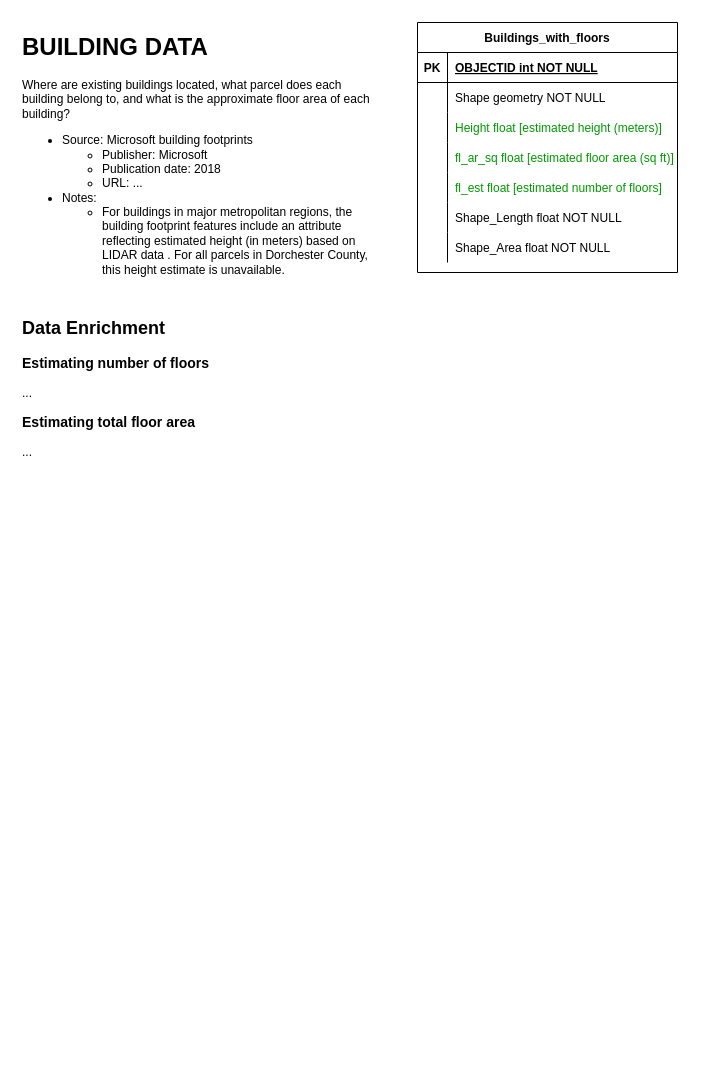
Before: page "buildings_with_floors" (2 of 9) of Untitled Diagram.drawio in renaissanceplanning/LCBRT_TOD, a draw.io diagram. Source tidied: cells renumbered, new cells numbered last; positions are measured from the earlier drawing's top-left corner, leaving out a move shared by most shapes. Both pictures are drawn from the tidied source at 100%, with x=0, y=0 at pixel (17, 22).
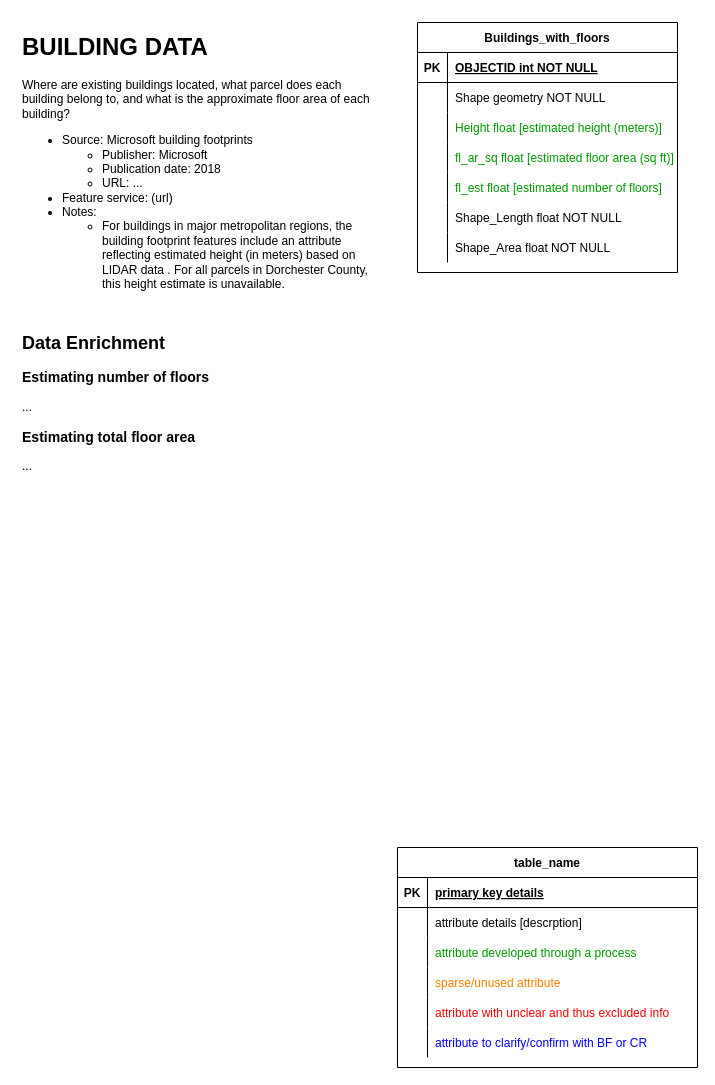
After the change.

Diff of the diagram source:
```diff
@@
-    <mxCell id="24" value="&lt;h1&gt;BUILDING DATA&lt;br&gt;&lt;/h1&gt;&lt;p&gt;Where are existing buildings located, what parcel does each building belong to, and what is the approximate floor area of each building?&lt;/p&gt;&lt;ul&gt;&lt;li&gt;Source: Microsoft building footprints&lt;/li&gt;&lt;ul&gt;&lt;li&gt;Publisher: Microsoft&lt;/li&gt;&lt;li&gt;Publication date: 2018&lt;/li&gt;&lt;li&gt;URL: ...&lt;/li&gt;&lt;/ul&gt;&lt;li&gt;Notes:&lt;/li&gt;&lt;ul&gt;&lt;li&gt;For buildings in major metropolitan regions, the building footprint features include an attribute reflecting estimated height (in meters) based on LIDAR data . For all parcels in Dorchester County, this height estimate is unavailable.&lt;/li&gt;&lt;/ul&gt;&lt;/ul&gt;&lt;div&gt;&lt;br&gt;&lt;/div&gt;&lt;div&gt;&lt;h2&gt;Data Enrichment&lt;/h2&gt;&lt;h3&gt;Estimating number of floors&lt;/h3&gt;&lt;div&gt;...&lt;br&gt;&lt;/div&gt;&lt;div&gt;&lt;h3&gt;Estimating total floor area&lt;/h3&gt;&lt;div&gt;...&lt;br&gt;&lt;/div&gt;&lt;/div&gt;&lt;/div&gt;" style="text;html=1;strokeColor=none;fillColor=none;spacing=5;spacingTop=-20;whiteSpace=wrap;overflow=hidden;rounded=0;labelBackgroundColor=#ffffff;fontColor=#000000;" parent="1" vertex="1">
+    <mxCell id="24" value="&lt;h1&gt;BUILDING DATA&lt;br&gt;&lt;/h1&gt;&lt;p&gt;Where are existing buildings located, what parcel does each building belong to, and what is the approximate floor area of each building?&lt;/p&gt;&lt;ul&gt;&lt;li&gt;Source: Microsoft building footprints&lt;/li&gt;&lt;ul&gt;&lt;li&gt;Publisher: Microsoft&lt;/li&gt;&lt;li&gt;Publication date: 2018&lt;/li&gt;&lt;li&gt;URL: ...&lt;/li&gt;&lt;/ul&gt;&lt;li&gt;Feature service: (url)&lt;br&gt;&lt;/li&gt;&lt;li&gt;Notes:&lt;/li&gt;&lt;ul&gt;&lt;li&gt;For buildings in major metropolitan regions, the building footprint features include an attribute reflecting estimated height (in meters) based on LIDAR data . For all parcels in Dorchester County, this height estimate is unavailable.&lt;/li&gt;&lt;/ul&gt;&lt;/ul&gt;&lt;div&gt;&lt;br&gt;&lt;/div&gt;&lt;div&gt;&lt;h2&gt;Data Enrichment&lt;/h2&gt;&lt;h3&gt;Estimating number of floors&lt;/h3&gt;&lt;div&gt;...&lt;br&gt;&lt;/div&gt;&lt;div&gt;&lt;h3&gt;Estimating total floor area&lt;/h3&gt;&lt;div&gt;...&lt;br&gt;&lt;/div&gt;&lt;/div&gt;&lt;/div&gt;" style="text;html=1;strokeColor=none;fillColor=none;spacing=5;spacingTop=-20;whiteSpace=wrap;overflow=hidden;rounded=0;labelBackgroundColor=#ffffff;fontColor=#000000;" parent="1" vertex="1">
       <mxGeometry y="5" width="370" height="470" as="geometry" />
     </mxCell>
+    <mxCell id="25" value="table_name" style="shape=table;startSize=30;childLayout=tableLayout;rowLines=0;fontStyle=1;align=center;" parent="1" vertex="1">
+      <mxGeometry x="380" y="825" width="300" height="220" as="geometry" />
+    </mxCell>
+    <mxCell id="26" style="shape=partialRectangle;fillColor=none;top=0;left=0;right=0;bottom=1;" parent="25" vertex="1">
+      <mxGeometry y="30" width="300" height="30" as="geometry" />
+    </mxCell>
+    <mxCell id="27" value="PK" style="shape=partialRectangle;overflow=hidden;fillColor=none;top=0;left=0;bottom=0;right=0;fontStyle=1;" parent="26" vertex="1">
+      <mxGeometry width="30" height="30" as="geometry" />
+    </mxCell>
+    <mxCell id="28" value="primary key details" style="shape=partialRectangle;overflow=hidden;fillColor=none;top=0;left=0;bottom=0;right=0;align=left;spacingLeft=6;fontStyle=5;" parent="26" vertex="1">
+      <mxGeometry x="30" width="270" height="30" as="geometry" />
+    </mxCell>
+    <mxCell id="29" style="shape=partialRectangle;fillColor=none;top=0;left=0;right=0;bottom=0;" parent="25" vertex="1">
+      <mxGeometry y="60" width="300" height="30" as="geometry" />
+    </mxCell>
+    <mxCell id="30" style="shape=partialRectangle;overflow=hidden;fillColor=none;top=0;left=0;bottom=0;right=0;" parent="29" vertex="1">
+      <mxGeometry width="30" height="30" as="geometry" />
+    </mxCell>
+    <mxCell id="31" value="attribute details [descrption]" style="shape=partialRectangle;overflow=hidden;fillColor=none;top=0;left=0;bottom=0;right=0;align=left;spacingLeft=6;" parent="29" vertex="1">
+      <mxGeometry x="30" width="270" height="30" as="geometry" />
+    </mxCell>
+    <mxCell id="32" style="shape=partialRectangle;fillColor=none;top=0;left=0;right=0;bottom=0;fontColor=#009900;" parent="25" vertex="1">
+      <mxGeometry y="90" width="300" height="30" as="geometry" />
+    </mxCell>
+    <mxCell id="33" style="shape=partialRectangle;overflow=hidden;fillColor=none;top=0;left=0;bottom=0;right=0;" parent="32" vertex="1">
+      <mxGeometry width="30" height="30" as="geometry" />
+    </mxCell>
+    <mxCell id="34" value="attribute developed through a process" style="shape=partialRectangle;overflow=hidden;fillColor=none;top=0;left=0;bottom=0;right=0;align=left;spacingLeft=6;strokeColor=#009900;fontColor=#009900;" parent="32" vertex="1">
+      <mxGeometry x="30" width="270" height="30" as="geometry" />
+    </mxCell>
+    <mxCell id="35" style="shape=partialRectangle;fillColor=none;top=0;left=0;right=0;bottom=0;" parent="25" vertex="1">
+      <mxGeometry y="120" width="300" height="30" as="geometry" />
+    </mxCell>
+    <mxCell id="36" style="shape=partialRectangle;overflow=hidden;fillColor=none;top=0;left=0;bottom=0;right=0;" parent="35" vertex="1">
+      <mxGeometry width="30" height="30" as="geometry" />
+    </mxCell>
+    <mxCell id="37" value="sparse/unused attribute" style="shape=partialRectangle;overflow=hidden;fillColor=none;top=0;left=0;bottom=0;right=0;align=left;spacingLeft=6;fontColor=#FF8000;" parent="35" vertex="1">
+      <mxGeometry x="30" width="270" height="30" as="geometry" />
+    </mxCell>
+    <mxCell id="38" style="shape=partialRectangle;fillColor=none;top=0;left=0;right=0;bottom=0;" parent="25" vertex="1">
+      <mxGeometry y="150" width="300" height="30" as="geometry" />
+    </mxCell>
+    <mxCell id="39" style="shape=partialRectangle;overflow=hidden;fillColor=none;top=0;left=0;bottom=0;right=0;" parent="38" vertex="1">
+      <mxGeometry width="30" height="30" as="geometry" />
+    </mxCell>
+    <mxCell id="40" value="attribute with unclear and thus excluded info" style="shape=partialRectangle;overflow=hidden;fillColor=none;top=0;left=0;bottom=0;right=0;align=left;spacingLeft=6;fontColor=#FF0000;" parent="38" vertex="1">
+      <mxGeometry x="30" width="270" height="30" as="geometry" />
+    </mxCell>
+    <mxCell id="41" style="shape=partialRectangle;fillColor=none;top=0;left=0;right=0;bottom=0;" parent="25" vertex="1">
+      <mxGeometry y="180" width="300" height="30" as="geometry" />
+    </mxCell>
+    <mxCell id="42" style="shape=partialRectangle;overflow=hidden;fillColor=none;top=0;left=0;bottom=0;right=0;" parent="41" vertex="1">
+      <mxGeometry width="30" height="30" as="geometry" />
+    </mxCell>
+    <mxCell id="43" value="attribute to clarify/confirm with BF or CR" style="shape=partialRectangle;overflow=hidden;fillColor=none;top=0;left=0;bottom=0;right=0;align=left;spacingLeft=6;fontColor=#0000FF;" parent="41" vertex="1">
+      <mxGeometry x="30" width="270" height="30" as="geometry" />
+    </mxCell>
```
